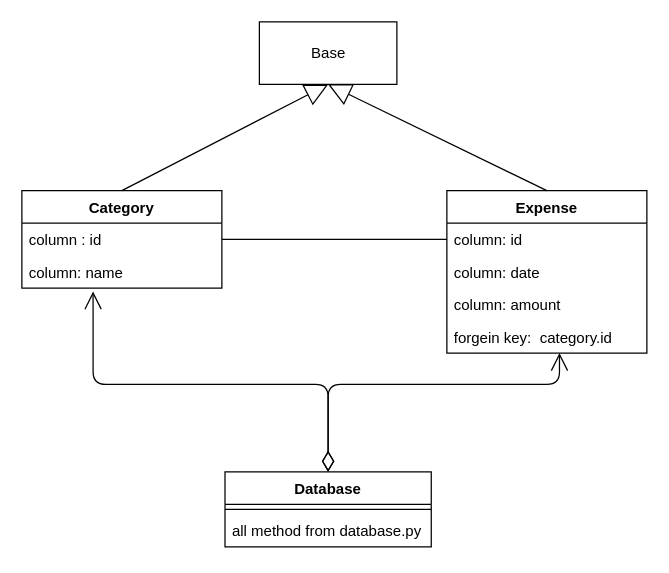
Before: uml/database.drawio in zuzmej/Wydatkoinator, a draw.io diagram. Source tidied: cells renumbered, new cells numbered last; positions are measured from the earlier drawing's top-left corner, leaving out a move shared by most shapes. Both pictures are drawn from the tidied source at 125%, with x=0, y=0 at pixel (21, 21).
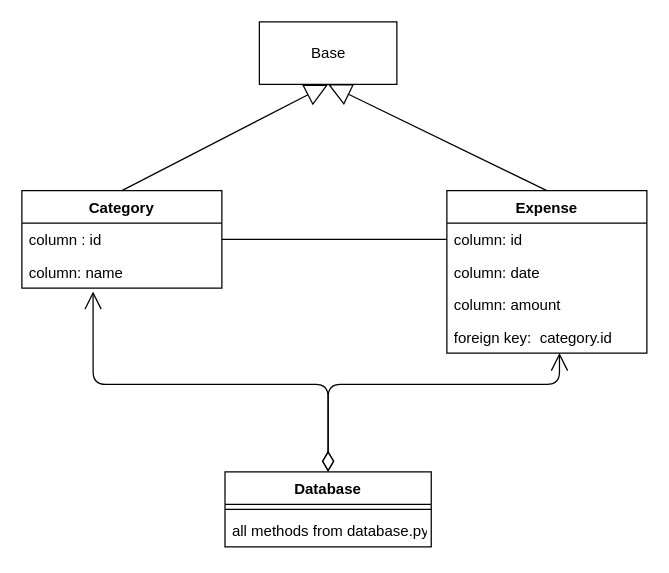
The same diagram, later.

Commit message:
poprawa literowek

Unchanged cells that the change refers to:
```xml
<mxCell id="5" value="Expense" style="swimlane;fontStyle=1;align=center;verticalAlign=top;horizontal=1;startSize=26;" parent="1" vertex="1">
  <mxGeometry x="340" y="135" width="160" height="130" as="geometry" />
</mxCell>
<mxCell id="14" value="Database" style="swimlane;fontStyle=1;align=center;verticalAlign=top;horizontal=1;startSize=26;" parent="1" vertex="1">
  <mxGeometry x="162.5" y="360" width="165" height="60" as="geometry" />
</mxCell>
```

Change to the diagram source:
```diff
@@
-    <mxCell id="9" value="forgein key:  category.id" style="text;strokeColor=none;fillColor=none;align=left;verticalAlign=top;spacingLeft=4;spacingRight=4;overflow=hidden;points=[[0,0.5],[1,0.5]];portConstraint=eastwest;" parent="5" vertex="1">
+    <mxCell id="9" value="foreign key:  category.id" style="text;strokeColor=none;fillColor=none;align=left;verticalAlign=top;spacingLeft=4;spacingRight=4;overflow=hidden;points=[[0,0.5],[1,0.5]];portConstraint=eastwest;" parent="5" vertex="1">
       <mxGeometry y="104" width="160" height="26" as="geometry" />
     </mxCell>
@@
-    <mxCell id="16" value="all method from database.py" style="text;strokeColor=none;fillColor=none;align=left;verticalAlign=top;spacingLeft=4;spacingRight=4;overflow=hidden;" parent="14" vertex="1">
+    <mxCell id="16" value="all methods from database.py" style="text;strokeColor=none;fillColor=none;align=left;verticalAlign=top;spacingLeft=4;spacingRight=4;overflow=hidden;" parent="14" vertex="1">
       <mxGeometry y="34" width="165" height="26" as="geometry" />
     </mxCell>
```
